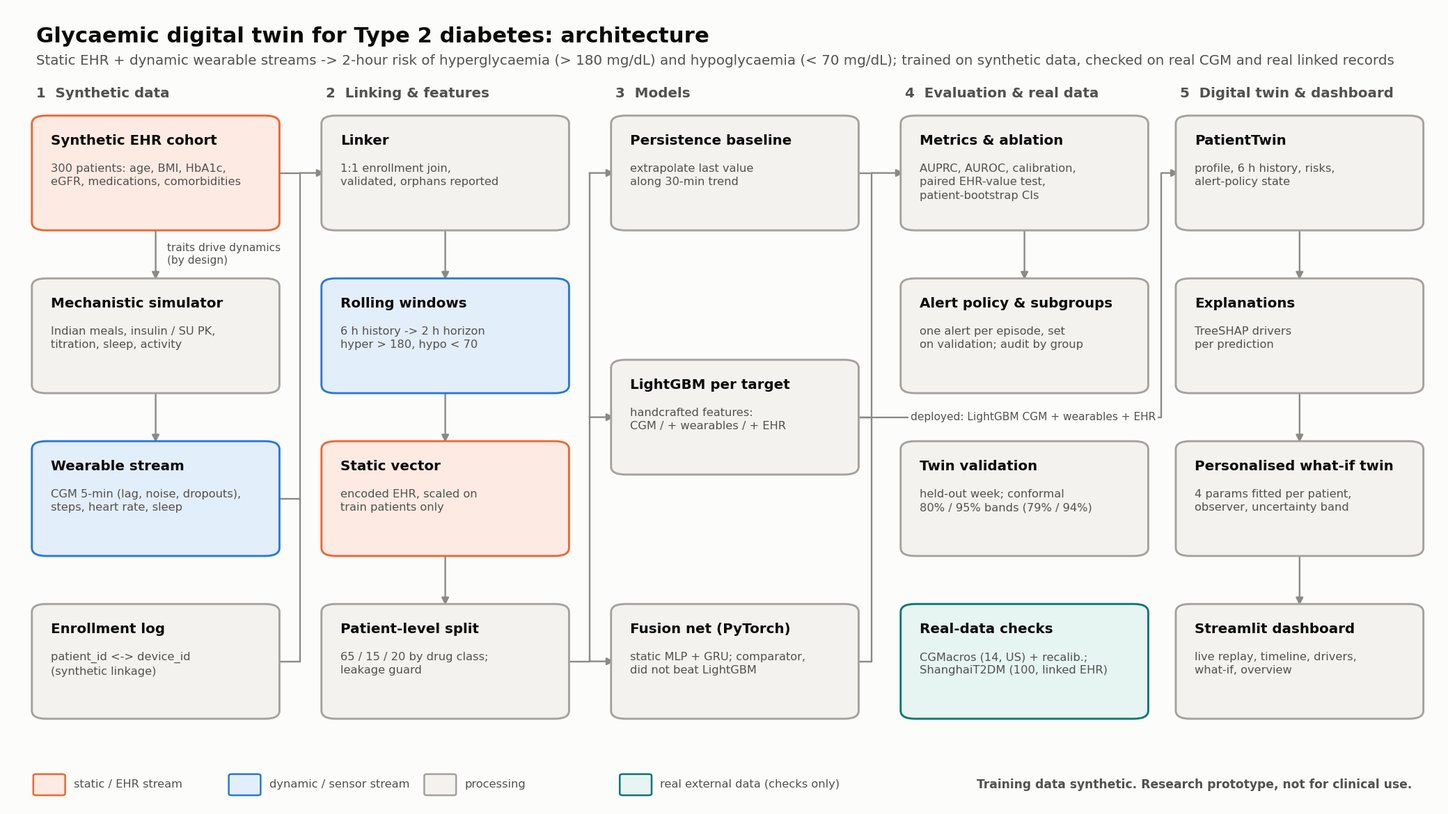
Above: docs/architecture.png in AkhileshNalla11/Sync-and-Predict_BITSoM (Mermaid), before the change. Its source is kept beside it as docs/architecture.mmd.
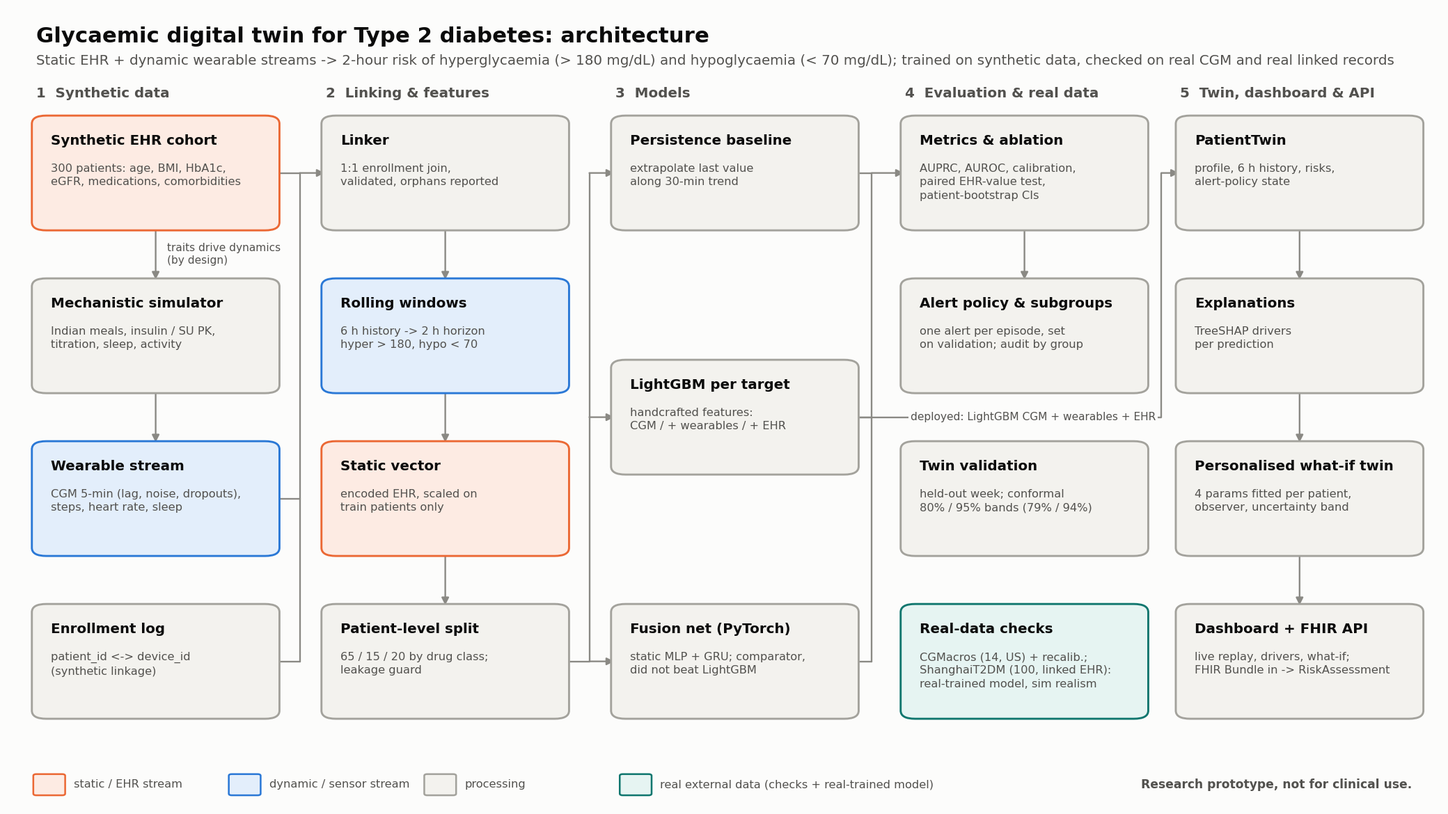
Above is the later version.

What changed in the source:
```diff
@@ -25,14 +25,15 @@
         MET["metrics.py + ablation.py<br/>AUPRC, AUROC, calibration,<br/>paired EHR-value test, patient-bootstrap CIs"]
         ALERT["alert_policy.py + subgroups.py<br/>one alert per episode, chosen on validation;<br/>audit by sex, age, eGFR, drug class"]
         BAND["twin_validation.py + twin_intervals.py<br/>held-out week; conformal 80% / 95% bands"]
-        REAL["Real-data checks (never used for training)<br/>CGMacros 14 US: zero-shot + recalibration<br/>ShanghaiT2DM 100: real linked EHR + CGM"]
+        REAL["Real-data checks<br/>CGMacros 14 US: zero-shot + recalibration<br/>ShanghaiT2DM 100: real linked EHR + CGM,<br/>real-trained model, simulator realism"]
     end
 
     subgraph TWIN["5. Digital twin & dashboard"]
         STATE["PatientTwin (state.py)<br/>profile, 6 h history, both risks,<br/>alert-policy state"]
         EXP["explain.py<br/>TreeSHAP drivers"]
         WHAT["whatif.py + personalise.py<br/>4 parameters fitted per patient, observer,<br/>uncertainty band, ML re-prediction"]
-        APP["Streamlit dashboard<br/>live replay, timeline, drivers, what-if, overview"]
+        APP["Streamlit dashboard<br/>live replay, timeline, drivers, what-if, overview;<br/>model switch: synthetic- or real-patient-trained"]
+        API["FHIR risk API (FastAPI)<br/>FHIR R4 Bundle in, RiskAssessment out"]
     end
 
     EHR --> LINK
@@ -56,6 +57,8 @@
     SIM -. "equations" .-> WHAT
     STATE --> WHAT
     STATE --> APP
+    STATE --> API
+    REAL -. "real-trained model" .-> STATE
     EXP --> APP
     WHAT --> APP
 
@@ -65,5 +68,5 @@
     class EHR,STAT ehr
     class WEAR,WIN sensor
     classDef real fill:#e6f4f2,stroke:#0f766e,color:#0b0b0b
-    class SIM,ENR,LINK,SPLIT,PERS,LGB,FUS,MET,ALERT,BAND,STATE,EXP,WHAT,APP neutral
+    class SIM,ENR,LINK,SPLIT,PERS,LGB,FUS,MET,ALERT,BAND,STATE,EXP,WHAT,APP,API neutral
     class REAL real
```
